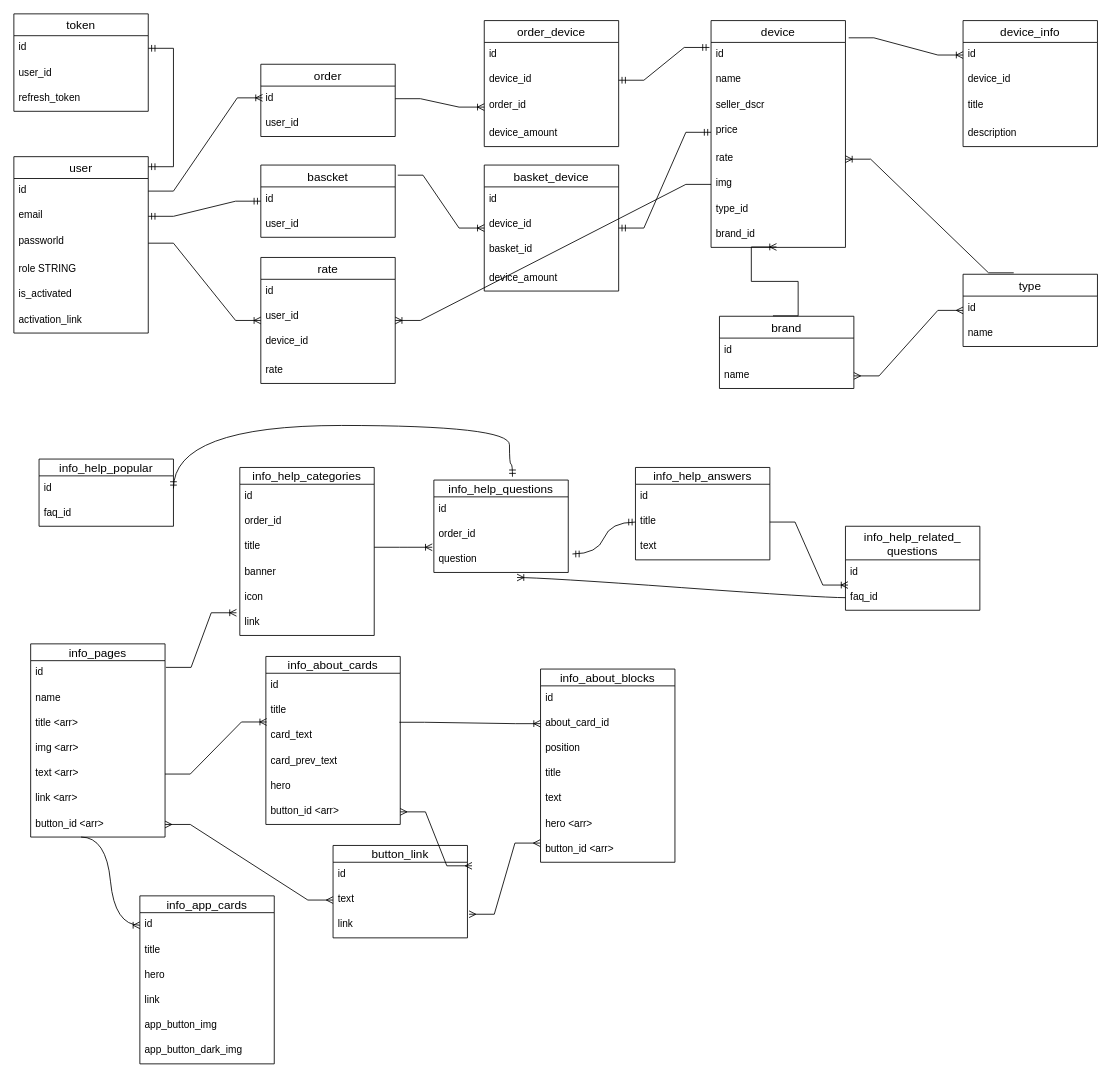
The draw.io diagram server/models/db_diagram.drawio in zaxel/react_simple_shop, before the edit. Source tidied: cells renumbered, new cells numbered last; positions are measured from the earlier drawing's top-left corner, leaving out a move shared by most shapes. Both pictures are drawn from the tidied source at 84%, with x=0, y=0 at pixel (13, 13).
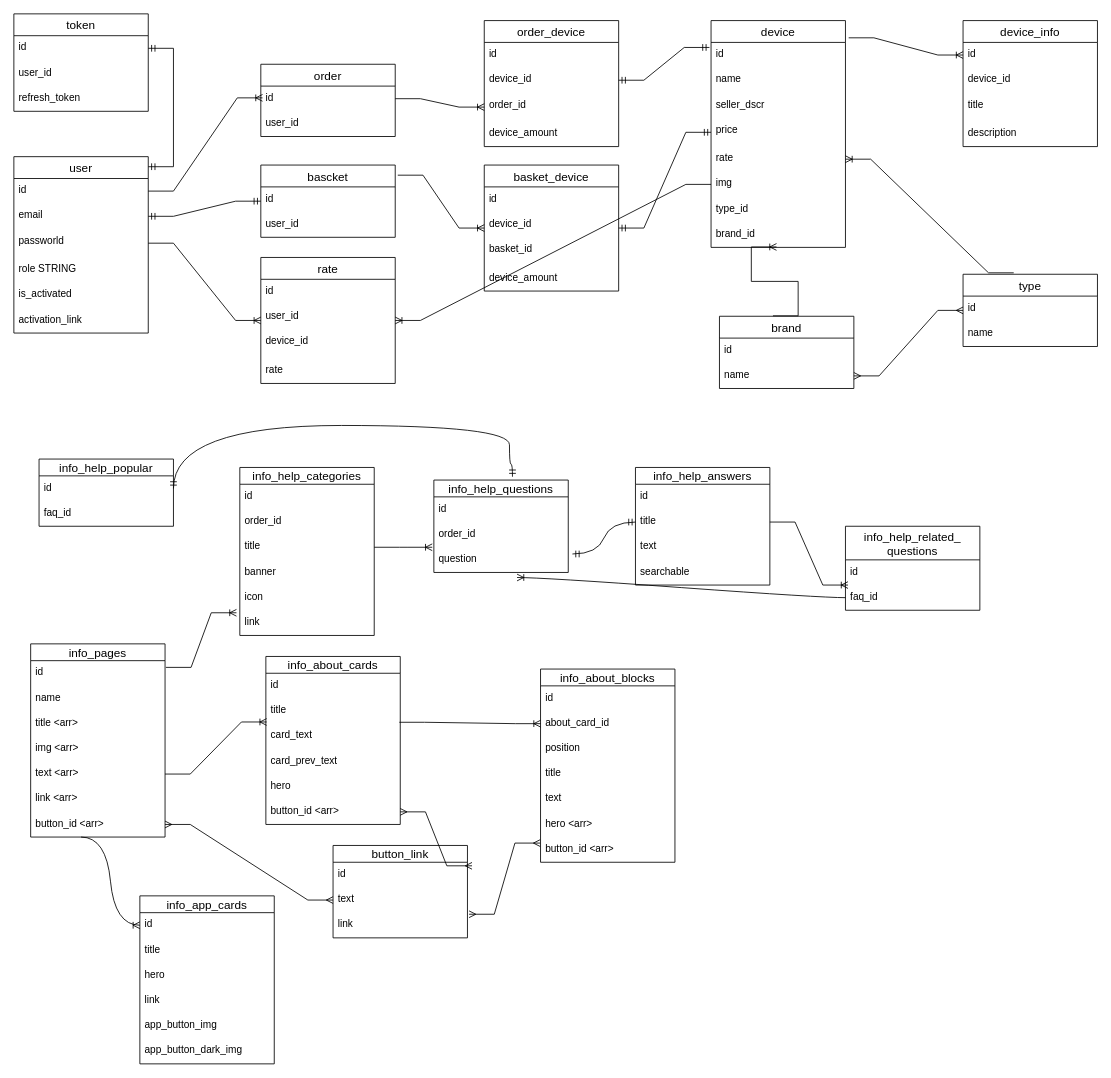
After the change.

Commit message (it also covers changes not shown here):
add tsvector column to info_help_answers table model.

What changed in the source:
```diff
@@
     <mxCell id="98" value="info_help_answers" style="swimlane;fontStyle=0;horizontal=1;startSize=20;align=center;fontSize=14;" parent="1" vertex="1">
-      <mxGeometry x="740" y="540" width="160" height="110" as="geometry" />
+      <mxGeometry x="740" y="540" width="160" height="140" as="geometry" />
     </mxCell>
@@
+    <mxCell id="134" value="searchable" style="text;strokeColor=none;fillColor=none;spacingLeft=4;spacingRight=4;overflow=hidden;fontSize=12;" parent="98" vertex="1">
+      <mxGeometry y="110" width="160" height="30" as="geometry" />
+    </mxCell>
```
